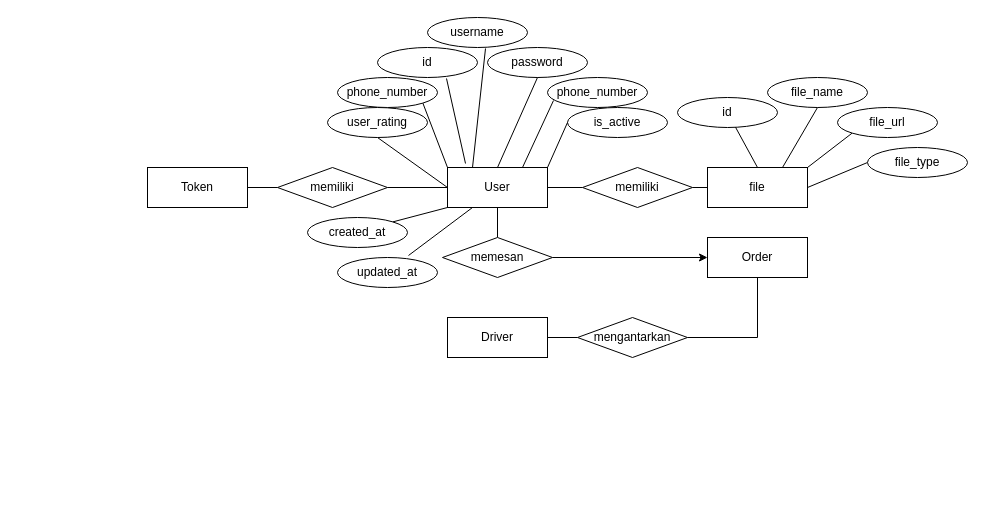
The draw.io diagram starspace/erd.drawio in DemoNicky/technical-test, before the edit. Source tidied: cells renumbered, new cells numbered last; positions are measured from the earlier drawing's top-left corner, leaving out a move shared by most shapes. Both pictures are drawn from the tidied source at 100%, with x=0, y=0 at pixel (147, 17).
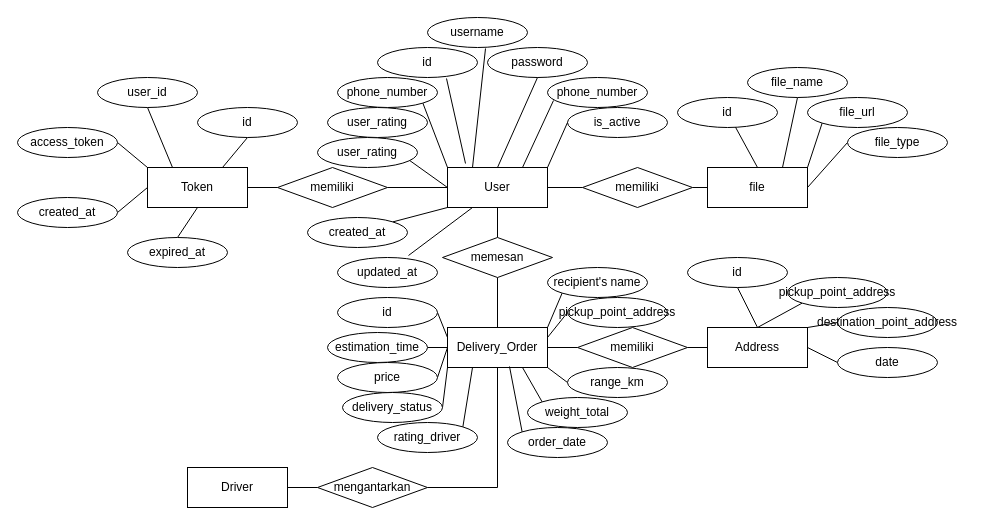
After the change.

The change refers to these unchanged cells:
```xml
<mxCell id="18" value="Token" style="rounded=0;whiteSpace=wrap;html=1;" parent="1" vertex="1">
  <mxGeometry y="150" width="100" height="40" as="geometry" />
</mxCell>
<mxCell id="37" value="memesan" style="rhombus;whiteSpace=wrap;html=1;" parent="1" vertex="1">
  <mxGeometry x="295" y="220" width="110" height="40" as="geometry" />
</mxCell>
```

Diff of the diagram source:
```diff
@@
+    <mxCell id="45" style="rounded=0;jettySize=auto;html=1;exitX=0.75;exitY=0;exitDx=0;exitDy=0;entryX=0.5;entryY=1;entryDx=0;entryDy=0;endArrow=none;startFill=0;" parent="1" edge="1" source="18" target="85">
+      <mxGeometry relative="1" as="geometry" />
+    </mxCell>
+    <mxCell id="46" style="rounded=0;jettySize=auto;html=1;exitX=0.25;exitY=0;exitDx=0;exitDy=0;entryX=0.5;entryY=1;entryDx=0;entryDy=0;endArrow=none;startFill=0;" parent="1" edge="1" source="18" target="81">
+      <mxGeometry relative="1" as="geometry" />
+    </mxCell>
+    <mxCell id="47" style="rounded=0;jettySize=auto;html=1;exitX=0;exitY=0;exitDx=0;exitDy=0;entryX=1;entryY=0.5;entryDx=0;entryDy=0;endArrow=none;startFill=0;" parent="1" edge="1" source="18" target="87">
+      <mxGeometry relative="1" as="geometry" />
+    </mxCell>
+    <mxCell id="48" style="rounded=0;jettySize=auto;html=1;exitX=0;exitY=0.5;exitDx=0;exitDy=0;entryX=1;entryY=0.5;entryDx=0;entryDy=0;endArrow=none;startFill=0;" parent="1" edge="1" source="18" target="80">
+      <mxGeometry relative="1" as="geometry" />
+    </mxCell>
+    <mxCell id="49" style="rounded=0;jettySize=auto;html=1;exitX=0.5;exitY=1;exitDx=0;exitDy=0;entryX=0.5;entryY=0;entryDx=0;entryDy=0;endArrow=none;startFill=0;" parent="1" edge="1" source="18" target="86">
+      <mxGeometry relative="1" as="geometry" />
+    </mxCell>
@@
     <mxCell id="32" value="Driver" style="rounded=0;whiteSpace=wrap;html=1;" parent="1" vertex="1">
-      <mxGeometry x="300" y="300" width="100" height="40" as="geometry" />
+      <mxGeometry x="40" y="450" width="100" height="40" as="geometry" />
     </mxCell>
+    <mxCell id="50" style="rounded=0;jettySize=auto;html=1;exitX=1;exitY=0;exitDx=0;exitDy=0;entryX=0;entryY=1;entryDx=0;entryDy=0;endArrow=none;startFill=0;" parent="1" edge="1" source="33" target="58">
+      <mxGeometry relative="1" as="geometry" />
+    </mxCell>
+    <mxCell id="51" style="rounded=0;jettySize=auto;html=1;exitX=1;exitY=0.25;exitDx=0;exitDy=0;entryX=0;entryY=0.5;entryDx=0;entryDy=0;endArrow=none;startFill=0;" parent="1" edge="1" source="33" target="57">
+      <mxGeometry relative="1" as="geometry" />
+    </mxCell>
+    <mxCell id="52" style="edgeStyle=orthogonalEdgeStyle;rounded=0;jettySize=auto;html=1;exitX=1;exitY=0.5;exitDx=0;exitDy=0;entryX=0;entryY=0.5;entryDx=0;entryDy=0;endArrow=none;startFill=0;" parent="1" edge="1" source="33" target="78">
+      <mxGeometry relative="1" as="geometry" />
+    </mxCell>
+    <mxCell id="53" style="rounded=0;jettySize=auto;html=1;exitX=1;exitY=1;exitDx=0;exitDy=0;entryX=0;entryY=0.5;entryDx=0;entryDy=0;endArrow=none;startFill=0;" parent="1" edge="1" source="33" target="56">
+      <mxGeometry relative="1" as="geometry" />
+    </mxCell>
+    <mxCell id="54" style="rounded=0;jettySize=auto;html=1;exitX=0.75;exitY=1;exitDx=0;exitDy=0;entryX=0;entryY=0;entryDx=0;entryDy=0;endArrow=none;startFill=0;" parent="1" edge="1" source="33" target="55">
+      <mxGeometry relative="1" as="geometry" />
+    </mxCell>
-    <mxCell id="33" value="Order" style="rounded=0;whiteSpace=wrap;html=1;" parent="1" vertex="1">
-      <mxGeometry x="560" y="220" width="100" height="40" as="geometry" />
+    <mxCell id="33" value="Delivery_Order" style="rounded=0;whiteSpace=wrap;html=1;" parent="1" vertex="1">
+      <mxGeometry x="300" y="310" width="100" height="40" as="geometry" />
     </mxCell>
@@
     <mxCell id="35" value="mengantarkan" style="rhombus;whiteSpace=wrap;html=1;" parent="1" vertex="1">
-      <mxGeometry x="430" y="300" width="110" height="40" as="geometry" />
+      <mxGeometry x="170" y="450" width="110" height="40" as="geometry" />
     </mxCell>
-    <mxCell id="36" style="rounded=0;jettySize=auto;html=1;exitX=1;exitY=0.5;exitDx=0;exitDy=0;entryX=0;entryY=0.5;entryDx=0;entryDy=0;" parent="1" edge="1" source="37" target="33">
+    <mxCell id="36" style="rounded=0;jettySize=auto;html=1;exitX=0.5;exitY=1;exitDx=0;exitDy=0;entryX=0.5;entryY=0;entryDx=0;entryDy=0;endArrow=none;startFill=0;" parent="1" edge="1" source="37" target="33">
       <mxGeometry relative="1" as="geometry" />
     </mxCell>
@@
     <mxCell id="41" value="file_url" style="ellipse;whiteSpace=wrap;html=1;" parent="1" vertex="1">
-      <mxGeometry x="690" y="90" width="100" height="30" as="geometry" />
+      <mxGeometry x="660" y="80" width="100" height="30" as="geometry" />
     </mxCell>
     <mxCell id="42" value="file_name" style="ellipse;whiteSpace=wrap;html=1;" parent="1" vertex="1">
-      <mxGeometry x="620" y="60" width="100" height="30" as="geometry" />
+      <mxGeometry x="600" y="50" width="100" height="30" as="geometry" />
     </mxCell>
     <mxCell id="43" value="file_type" style="ellipse;whiteSpace=wrap;html=1;" parent="1" vertex="1">
-      <mxGeometry x="720" y="130" width="100" height="30" as="geometry" />
+      <mxGeometry x="700" y="110" width="100" height="30" as="geometry" />
     </mxCell>
@@
+    <mxCell id="55" value="&lt;span style=&quot;text-align: left;&quot;&gt;weight_total&lt;/span&gt;" style="ellipse;whiteSpace=wrap;html=1;" parent="1" vertex="1">
+      <mxGeometry x="380" y="380" width="100" height="30" as="geometry" />
+    </mxCell>
+    <mxCell id="56" value="&lt;span style=&quot;text-align: left;&quot;&gt;range_km&lt;/span&gt;" style="ellipse;whiteSpace=wrap;html=1;" parent="1" vertex="1">
+      <mxGeometry x="420" y="350" width="100" height="30" as="geometry" />
+    </mxCell>
+    <mxCell id="57" value="&lt;span style=&quot;text-align: left;&quot;&gt;pickup_point_address&lt;/span&gt;" style="ellipse;whiteSpace=wrap;html=1;" parent="1" vertex="1">
+      <mxGeometry x="420" y="280" width="100" height="30" as="geometry" />
+    </mxCell>
+    <mxCell id="58" value="&lt;span style=&quot;text-align: left;&quot;&gt;recipient's name&lt;/span&gt;" style="ellipse;whiteSpace=wrap;html=1;" parent="1" vertex="1">
+      <mxGeometry x="400" y="250" width="100" height="30" as="geometry" />
+    </mxCell>
+    <mxCell id="59" style="rounded=0;jettySize=auto;html=1;exitX=0.5;exitY=0;exitDx=0;exitDy=0;entryX=0.5;entryY=1;entryDx=0;entryDy=0;endArrow=none;startFill=0;" parent="1" edge="1" source="63" target="72">
+      <mxGeometry relative="1" as="geometry" />
+    </mxCell>
+    <mxCell id="60" style="rounded=0;jettySize=auto;html=1;exitX=0.5;exitY=0;exitDx=0;exitDy=0;entryX=0;entryY=1;entryDx=0;entryDy=0;endArrow=none;startFill=0;" parent="1" edge="1" source="63" target="71">
+      <mxGeometry relative="1" as="geometry" />
+    </mxCell>
+    <mxCell id="61" style="rounded=0;jettySize=auto;html=1;exitX=1;exitY=0;exitDx=0;exitDy=0;entryX=0;entryY=0.5;entryDx=0;entryDy=0;endArrow=none;startFill=0;" parent="1" edge="1" source="63" target="70">
+      <mxGeometry relative="1" as="geometry" />
+    </mxCell>
+    <mxCell id="62" style="rounded=0;jettySize=auto;html=1;exitX=1;exitY=0.5;exitDx=0;exitDy=0;entryX=0;entryY=0.5;entryDx=0;entryDy=0;endArrow=none;startFill=0;" parent="1" edge="1" source="63" target="69">
+      <mxGeometry relative="1" as="geometry" />
+    </mxCell>
+    <mxCell id="63" value="Address" style="rounded=0;whiteSpace=wrap;html=1;" parent="1" vertex="1">
+      <mxGeometry x="560" y="310" width="100" height="40" as="geometry" />
+    </mxCell>
+    <mxCell id="64" value="&lt;span style=&quot;text-align: left;&quot;&gt;order_date&lt;/span&gt;" style="ellipse;whiteSpace=wrap;html=1;" parent="1" vertex="1">
+      <mxGeometry x="360" y="410" width="100" height="30" as="geometry" />
+    </mxCell>
+    <mxCell id="65" style="rounded=0;jettySize=auto;html=1;exitX=1;exitY=0.5;exitDx=0;exitDy=0;entryX=0;entryY=0.5;entryDx=0;entryDy=0;endArrow=none;startFill=0;" parent="1" edge="1" source="66" target="33">
+      <mxGeometry relative="1" as="geometry" />
+    </mxCell>
+    <mxCell id="66" value="&lt;span style=&quot;text-align: left;&quot;&gt;estimation_time&lt;/span&gt;" style="ellipse;whiteSpace=wrap;html=1;" parent="1" vertex="1">
+      <mxGeometry x="180" y="315" width="100" height="30" as="geometry" />
+    </mxCell>
+    <mxCell id="67" style="rounded=0;jettySize=auto;html=1;exitX=1;exitY=0.5;exitDx=0;exitDy=0;entryX=0;entryY=0.5;entryDx=0;entryDy=0;endArrow=none;startFill=0;" parent="1" edge="1" source="68" target="33">
+      <mxGeometry relative="1" as="geometry" />
+    </mxCell>
+    <mxCell id="68" value="&lt;span style=&quot;text-align: left;&quot;&gt;price&lt;/span&gt;" style="ellipse;whiteSpace=wrap;html=1;" parent="1" vertex="1">
+      <mxGeometry x="190" y="345" width="100" height="30" as="geometry" />
+    </mxCell>
+    <mxCell id="69" value="&lt;span style=&quot;text-align: left;&quot;&gt;date&lt;/span&gt;" style="ellipse;whiteSpace=wrap;html=1;" parent="1" vertex="1">
+      <mxGeometry x="690" y="330" width="100" height="30" as="geometry" />
+    </mxCell>
+    <mxCell id="70" value="&lt;span style=&quot;text-align: left;&quot;&gt;destination_point_address&lt;/span&gt;" style="ellipse;whiteSpace=wrap;html=1;" parent="1" vertex="1">
+      <mxGeometry x="690" y="290" width="100" height="30" as="geometry" />
+    </mxCell>
+    <mxCell id="71" value="&lt;span style=&quot;text-align: left;&quot;&gt;pickup_point_address&lt;/span&gt;" style="ellipse;whiteSpace=wrap;html=1;" parent="1" vertex="1">
+      <mxGeometry x="640" y="260" width="100" height="30" as="geometry" />
+    </mxCell>
+    <mxCell id="72" value="&lt;span style=&quot;text-align: left;&quot;&gt;id&lt;/span&gt;" style="ellipse;whiteSpace=wrap;html=1;" parent="1" vertex="1">
+      <mxGeometry x="540" y="240" width="100" height="30" as="geometry" />
+    </mxCell>
+    <mxCell id="73" style="rounded=0;jettySize=auto;html=1;exitX=1;exitY=0;exitDx=0;exitDy=0;entryX=0.25;entryY=1;entryDx=0;entryDy=0;endArrow=none;startFill=0;" parent="1" edge="1" source="74" target="33">
+      <mxGeometry relative="1" as="geometry" />
+    </mxCell>
+    <mxCell id="74" value="&lt;span style=&quot;text-align: left;&quot;&gt;rating_driver&lt;/span&gt;" style="ellipse;whiteSpace=wrap;html=1;" parent="1" vertex="1">
+      <mxGeometry x="230" y="405" width="100" height="30" as="geometry" />
+    </mxCell>
+    <mxCell id="75" style="rounded=0;jettySize=auto;html=1;exitX=1;exitY=0.5;exitDx=0;exitDy=0;entryX=0;entryY=1;entryDx=0;entryDy=0;endArrow=none;startFill=0;" parent="1" edge="1" source="76" target="33">
+      <mxGeometry relative="1" as="geometry" />
+    </mxCell>
+    <mxCell id="76" value="&lt;span style=&quot;text-align: left;&quot;&gt;delivery_status&lt;/span&gt;" style="ellipse;whiteSpace=wrap;html=1;" parent="1" vertex="1">
+      <mxGeometry x="195" y="375" width="100" height="30" as="geometry" />
+    </mxCell>
+    <mxCell id="77" style="edgeStyle=orthogonalEdgeStyle;rounded=0;jettySize=auto;html=1;exitX=1;exitY=0.5;exitDx=0;exitDy=0;entryX=0;entryY=0.5;entryDx=0;entryDy=0;endArrow=none;startFill=0;" parent="1" edge="1" source="78" target="63">
+      <mxGeometry relative="1" as="geometry" />
+    </mxCell>
+    <mxCell id="78" value="memiliki" style="rhombus;whiteSpace=wrap;html=1;" parent="1" vertex="1">
+      <mxGeometry x="430" y="310" width="110" height="40" as="geometry" />
+    </mxCell>
+    <mxCell id="79" style="rounded=0;jettySize=auto;html=1;exitX=0;exitY=0;exitDx=0;exitDy=0;entryX=0.62;entryY=0.975;entryDx=0;entryDy=0;entryPerimeter=0;endArrow=none;startFill=0;" parent="1" edge="1" source="64" target="33">
+      <mxGeometry relative="1" as="geometry" />
+    </mxCell>
+    <mxCell id="80" value="created_at" style="ellipse;whiteSpace=wrap;html=1;" parent="1" vertex="1">
+      <mxGeometry x="-130" y="180" width="100" height="30" as="geometry" />
+    </mxCell>
+    <mxCell id="81" value="user_id" style="ellipse;whiteSpace=wrap;html=1;" parent="1" vertex="1">
+      <mxGeometry x="-50" y="60" width="100" height="30" as="geometry" />
+    </mxCell>
+    <mxCell id="82" value="user_rating" style="ellipse;whiteSpace=wrap;html=1;" parent="1" vertex="1">
+      <mxGeometry x="170" y="120" width="100" height="30" as="geometry" />
+    </mxCell>
+    <mxCell id="83" style="rounded=0;jettySize=auto;html=1;exitX=1;exitY=0.5;exitDx=0;exitDy=0;entryX=0;entryY=0.25;entryDx=0;entryDy=0;endArrow=none;startFill=0;" parent="1" edge="1" source="84" target="33">
+      <mxGeometry relative="1" as="geometry" />
+    </mxCell>
+    <mxCell id="84" value="id" style="ellipse;whiteSpace=wrap;html=1;" parent="1" vertex="1">
+      <mxGeometry x="190" y="280" width="100" height="30" as="geometry" />
+    </mxCell>
+    <mxCell id="85" value="id" style="ellipse;whiteSpace=wrap;html=1;" parent="1" vertex="1">
+      <mxGeometry x="50" y="90" width="100" height="30" as="geometry" />
+    </mxCell>
+    <mxCell id="86" value="expired_at" style="ellipse;whiteSpace=wrap;html=1;" parent="1" vertex="1">
+      <mxGeometry x="-20" y="220" width="100" height="30" as="geometry" />
+    </mxCell>
+    <mxCell id="87" value="access_token" style="ellipse;whiteSpace=wrap;html=1;" parent="1" vertex="1">
+      <mxGeometry x="-130" y="110" width="100" height="30" as="geometry" />
+    </mxCell>
```
